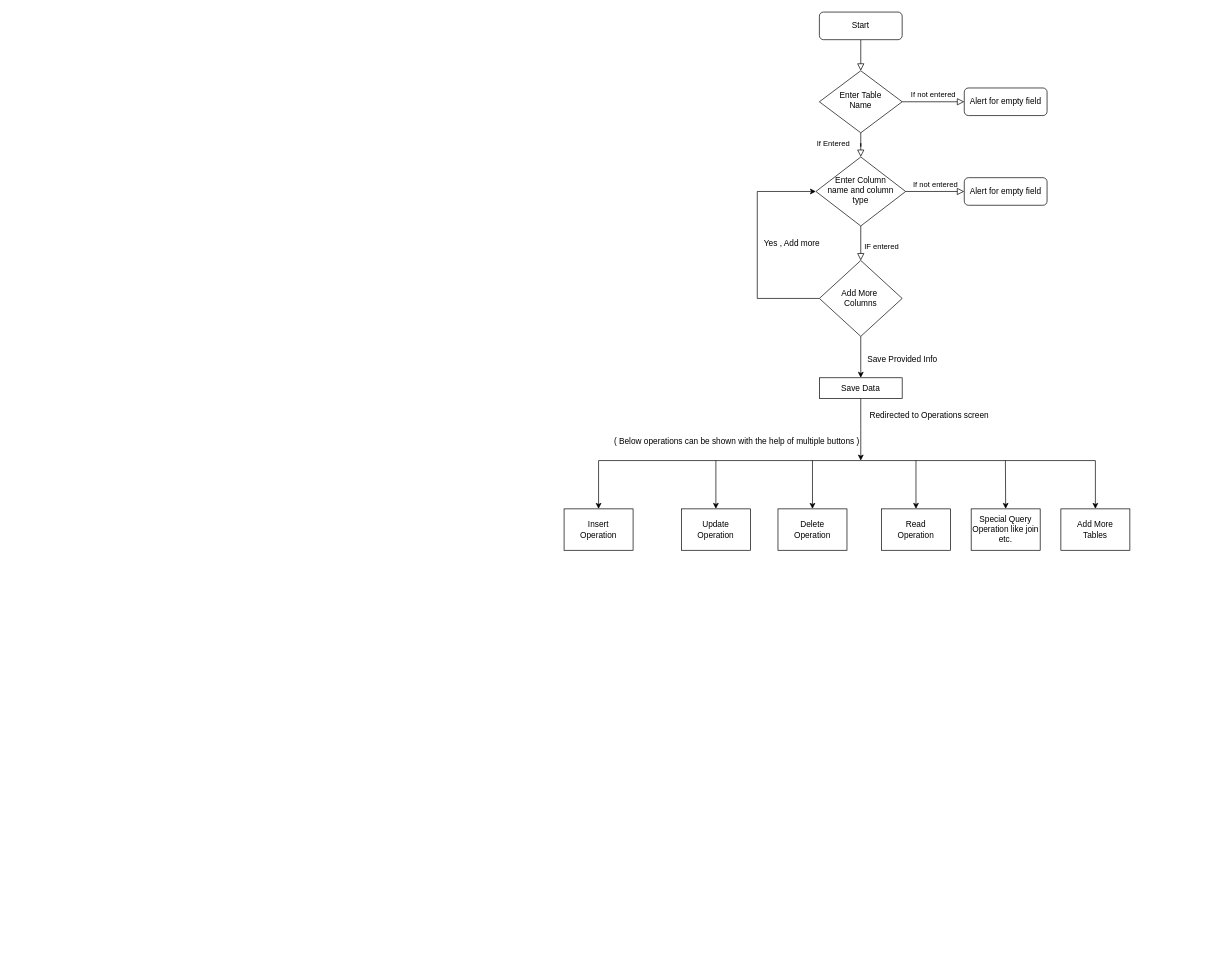
The draw.io diagram db_module_geomaster.drawio in MohitThakur001/FlowCharts, before the edit. Source tidied: cells renumbered, new cells numbered last; positions are measured from the earlier drawing's top-left corner, leaving out a move shared by most shapes. Both pictures are drawn from the tidied source at 69%, with x=0, y=0 at pixel (564, 12).
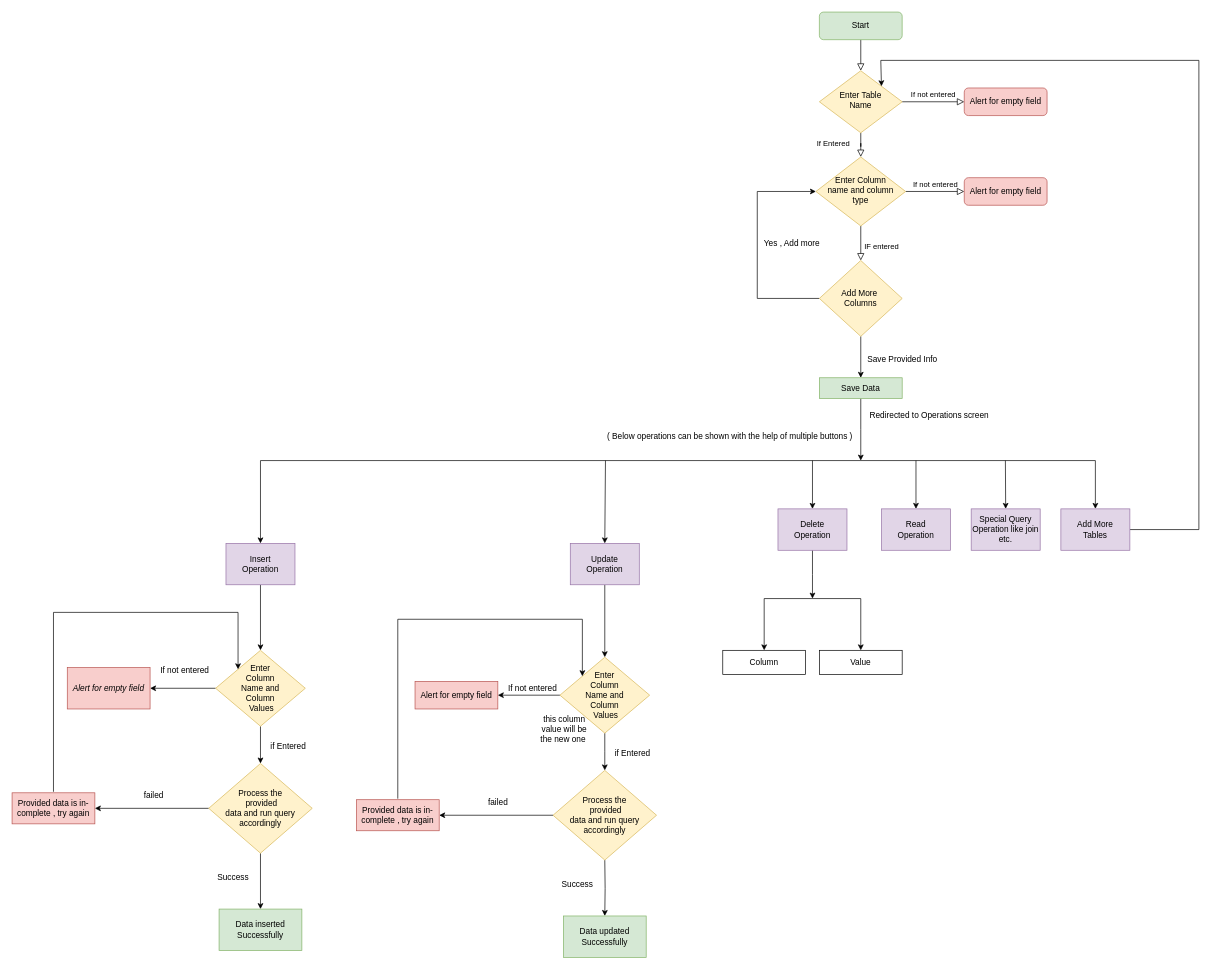
After the change.

Change to the diagram source:
```diff
@@
-    <mxCell id="3" value="Start" style="rounded=1;whiteSpace=wrap;html=1;fontSize=12;glass=0;strokeWidth=1;shadow=0;" parent="1" vertex="1">
+    <mxCell id="3" value="Start" style="rounded=1;whiteSpace=wrap;html=1;fontSize=12;glass=0;strokeWidth=1;shadow=0;fillColor=#d5e8d4;strokeColor=#82b366;" parent="1" vertex="1">
       <mxGeometry x="370" width="120" height="40" as="geometry" />
     </mxCell>
@@
-    <mxCell id="6" value="Enter Table&lt;br&gt;Name" style="rhombus;whiteSpace=wrap;html=1;shadow=0;fontFamily=Helvetica;fontSize=12;align=center;strokeWidth=1;spacing=6;spacingTop=-4;" parent="1" vertex="1">
+    <mxCell id="6" value="Enter Table&lt;br&gt;Name" style="rhombus;whiteSpace=wrap;html=1;shadow=0;fontFamily=Helvetica;fontSize=12;align=center;strokeWidth=1;spacing=6;spacingTop=-4;fillColor=#fff2cc;strokeColor=#d6b656;" parent="1" vertex="1">
       <mxGeometry x="370" y="85" width="120" height="90" as="geometry" />
     </mxCell>
-    <mxCell id="7" value="Alert for empty field" style="rounded=1;whiteSpace=wrap;html=1;fontSize=12;glass=0;strokeWidth=1;shadow=0;" parent="1" vertex="1">
+    <mxCell id="7" value="Alert for empty field" style="rounded=1;whiteSpace=wrap;html=1;fontSize=12;glass=0;strokeWidth=1;shadow=0;fillColor=#f8cecc;strokeColor=#b85450;" parent="1" vertex="1">
       <mxGeometry x="580" y="110" width="120" height="40" as="geometry" />
     </mxCell>
@@
-    <mxCell id="10" value="Enter Column &lt;br&gt;name and column type" style="rhombus;whiteSpace=wrap;html=1;shadow=0;fontFamily=Helvetica;fontSize=12;align=center;strokeWidth=1;spacing=6;spacingTop=-4;" parent="1" vertex="1">
+    <mxCell id="10" value="Enter Column &lt;br&gt;name and column type" style="rhombus;whiteSpace=wrap;html=1;shadow=0;fontFamily=Helvetica;fontSize=12;align=center;strokeWidth=1;spacing=6;spacingTop=-4;fillColor=#fff2cc;strokeColor=#d6b656;" parent="1" vertex="1">
       <mxGeometry x="365" y="210" width="130" height="100" as="geometry" />
     </mxCell>
-    <mxCell id="11" value="Alert for empty field" style="rounded=1;whiteSpace=wrap;html=1;fontSize=12;glass=0;strokeWidth=1;shadow=0;" parent="1" vertex="1">
+    <mxCell id="11" value="Alert for empty field" style="rounded=1;whiteSpace=wrap;html=1;fontSize=12;glass=0;strokeWidth=1;shadow=0;fillColor=#f8cecc;strokeColor=#b85450;" parent="1" vertex="1">
       <mxGeometry x="580" y="240" width="120" height="40" as="geometry" />
     </mxCell>
@@
-    <mxCell id="14" value="Add More&amp;nbsp;&lt;br&gt;Columns" style="rhombus;whiteSpace=wrap;html=1;" parent="1" vertex="1">
+    <mxCell id="14" value="Add More&amp;nbsp;&lt;br&gt;Columns" style="rhombus;whiteSpace=wrap;html=1;fillColor=#fff2cc;strokeColor=#d6b656;" parent="1" vertex="1">
       <mxGeometry x="370" y="360" width="120" height="110" as="geometry" />
     </mxCell>
@@
-    <mxCell id="17" value="Save Data" style="whiteSpace=wrap;html=1;" parent="1" vertex="1">
+    <mxCell id="17" value="Save Data" style="whiteSpace=wrap;html=1;fillColor=#d5e8d4;strokeColor=#82b366;" parent="1" vertex="1">
       <mxGeometry x="370" y="530" width="120" height="30" as="geometry" />
     </mxCell>
@@
     <mxCell id="20" style="endArrow=none;html=1;rounded=0;" parent="1" edge="1">
       <mxGeometry relative="1" as="geometry">
-        <mxPoint x="50" y="650" as="sourcePoint" />
+        <mxPoint x="-440" y="650" as="sourcePoint" />
         <mxPoint x="770" y="650" as="targetPoint" />
       </mxGeometry>
     </mxCell>
     <mxCell id="21" style="endArrow=classic;html=1;rounded=0;entryX=0.5;entryY=0;entryDx=0;entryDy=0;" parent="1" edge="1" target="25">
       <mxGeometry relative="1" as="geometry">
-        <mxPoint x="220" y="650" as="sourcePoint" />
+        <mxPoint x="60" y="650" as="sourcePoint" />
       </mxGeometry>
     </mxCell>
@@
+    <mxCell id="34" style="edgeStyle=orthogonalEdgeStyle;rounded=0;jettySize=auto;html=1;entryX=0.5;entryY=0;entryDx=0;entryDy=0;" parent="1" edge="1" source="25" target="54">
+      <mxGeometry relative="1" as="geometry" />
+    </mxCell>
-    <mxCell id="25" value="&lt;span style=&quot;font-style: normal;&quot;&gt;Update &lt;br&gt;Operation&lt;/span&gt;" style="rounded=0;whiteSpace=wrap;html=1;fontStyle=2;" parent="1" vertex="1">
-      <mxGeometry x="170" y="720" width="100" height="60" as="geometry" />
+    <mxCell id="25" value="&lt;span style=&quot;font-style: normal;&quot;&gt;Update &lt;br&gt;Operation&lt;/span&gt;" style="rounded=0;whiteSpace=wrap;html=1;fontStyle=2;fillColor=#e1d5e7;strokeColor=#9673a6;" parent="1" vertex="1">
+      <mxGeometry x="9" y="770" width="100" height="60" as="geometry" />
     </mxCell>
+    <mxCell id="35" style="edgeStyle=orthogonalEdgeStyle;rounded=0;jettySize=auto;html=1;" parent="1" edge="1" source="26">
+      <mxGeometry relative="1" as="geometry">
+        <mxPoint x="360" y="850" as="targetPoint" />
+      </mxGeometry>
+    </mxCell>
-    <mxCell id="26" value="&lt;span style=&quot;font-style: normal;&quot;&gt;Delete &lt;br&gt;Operation&lt;/span&gt;" style="rounded=0;whiteSpace=wrap;html=1;fontStyle=2;" parent="1" vertex="1">
+    <mxCell id="26" value="&lt;span style=&quot;font-style: normal;&quot;&gt;Delete &lt;br&gt;Operation&lt;/span&gt;" style="rounded=0;whiteSpace=wrap;html=1;fontStyle=2;fillColor=#e1d5e7;strokeColor=#9673a6;" parent="1" vertex="1">
       <mxGeometry x="310" y="720" width="100" height="60" as="geometry" />
     </mxCell>
-    <mxCell id="27" value="&lt;span style=&quot;font-style: normal;&quot;&gt;Read &lt;br&gt;Operation&lt;/span&gt;" style="rounded=0;whiteSpace=wrap;html=1;fontStyle=2;" parent="1" vertex="1">
+    <mxCell id="27" value="&lt;span style=&quot;font-style: normal;&quot;&gt;Read &lt;br&gt;Operation&lt;/span&gt;" style="rounded=0;whiteSpace=wrap;html=1;fontStyle=2;fillColor=#e1d5e7;strokeColor=#9673a6;" parent="1" vertex="1">
       <mxGeometry x="460" y="720" width="100" height="60" as="geometry" />
     </mxCell>
-    <mxCell id="28" value="&lt;span style=&quot;font-style: normal;&quot;&gt;Special Query Operation like join etc.&lt;/span&gt;" style="rounded=0;whiteSpace=wrap;html=1;fontStyle=2;" parent="1" vertex="1">
+    <mxCell id="28" value="&lt;span style=&quot;font-style: normal;&quot;&gt;Special Query Operation like join etc.&lt;/span&gt;" style="rounded=0;whiteSpace=wrap;html=1;fontStyle=2;fillColor=#e1d5e7;strokeColor=#9673a6;" parent="1" vertex="1">
       <mxGeometry x="590" y="720" width="100" height="60" as="geometry" />
     </mxCell>
@@
+    <mxCell id="36" style="edgeStyle=orthogonalEdgeStyle;rounded=0;jettySize=auto;html=1;entryX=1;entryY=0;entryDx=0;entryDy=0;" parent="1" edge="1" source="30" target="6">
+      <mxGeometry relative="1" as="geometry">
+        <Array as="points">
+          <mxPoint x="920" y="750" />
+          <mxPoint x="920" y="70" />
+          <mxPoint x="459" y="70" />
+        </Array>
+      </mxGeometry>
+    </mxCell>
-    <mxCell id="30" value="&lt;span style=&quot;font-style: normal;&quot;&gt;Add More &lt;br&gt;Tables&lt;/span&gt;" style="rounded=0;whiteSpace=wrap;html=1;fontStyle=2;" parent="1" vertex="1">
+    <mxCell id="30" value="&lt;span style=&quot;font-style: normal;&quot;&gt;Add More &lt;br&gt;Tables&lt;/span&gt;" style="rounded=0;whiteSpace=wrap;html=1;fontStyle=2;fillColor=#e1d5e7;strokeColor=#9673a6;" parent="1" vertex="1">
       <mxGeometry x="720" y="720" width="100" height="60" as="geometry" />
     </mxCell>
     <mxCell id="31" value="( Below operations can be shown with the help of multiple buttons )" style="text;html=1;align=center;verticalAlign=middle;strokeColor=none;fillColor=none;" parent="1" vertex="1">
-      <mxGeometry x="60" y="608" width="380" height="30" as="geometry" />
+      <mxGeometry x="50" y="600" width="380" height="30" as="geometry" />
     </mxCell>
     <mxCell id="32" style="endArrow=classic;html=1;rounded=0;entryX=0.5;entryY=0;entryDx=0;entryDy=0;" parent="1" edge="1" target="33">
       <mxGeometry relative="1" as="geometry">
-        <mxPoint x="50" y="650" as="sourcePoint" />
+        <mxPoint x="-440" y="650" as="sourcePoint" />
       </mxGeometry>
     </mxCell>
+    <mxCell id="37" style="edgeStyle=orthogonalEdgeStyle;rounded=0;jettySize=auto;html=1;" parent="1" edge="1" source="33" target="40">
+      <mxGeometry relative="1" as="geometry" />
+    </mxCell>
-    <mxCell id="33" value="&lt;span style=&quot;font-style: normal;&quot;&gt;Insert &lt;br&gt;Operation&lt;/span&gt;" style="rounded=0;whiteSpace=wrap;html=1;fontStyle=2;" parent="1" vertex="1">
-      <mxGeometry y="720" width="100" height="60" as="geometry" />
+    <mxCell id="33" value="&lt;span style=&quot;font-style: normal;&quot;&gt;Insert &lt;br&gt;Operation&lt;/span&gt;" style="rounded=0;whiteSpace=wrap;html=1;fontStyle=2;fillColor=#e1d5e7;strokeColor=#9673a6;" parent="1" vertex="1">
+      <mxGeometry x="-490" y="770" width="100" height="60" as="geometry" />
     </mxCell>
+    <mxCell id="38" style="edgeStyle=orthogonalEdgeStyle;rounded=0;jettySize=auto;html=1;" parent="1" edge="1" source="40" target="41">
+      <mxGeometry relative="1" as="geometry" />
+    </mxCell>
+    <mxCell id="39" style="edgeStyle=orthogonalEdgeStyle;rounded=0;jettySize=auto;html=1;entryX=0.5;entryY=0;entryDx=0;entryDy=0;" parent="1" edge="1" source="40" target="46">
+      <mxGeometry relative="1" as="geometry" />
+    </mxCell>
+    <mxCell id="40" value="&lt;span style=&quot;font-style: normal;&quot;&gt;Enter &lt;br&gt;Column &lt;br&gt;Name and &lt;br&gt;Column&lt;br&gt;&amp;nbsp;Values&lt;/span&gt;" style="rhombus;whiteSpace=wrap;html=1;rounded=0;fontStyle=2;fillColor=#fff2cc;strokeColor=#d6b656;" parent="1" vertex="1">
+      <mxGeometry x="-505" y="925" width="130" height="110" as="geometry" />
+    </mxCell>
+    <mxCell id="41" value="Alert for empty field" style="whiteSpace=wrap;html=1;rounded=0;fontStyle=2;fillColor=#f8cecc;strokeColor=#b85450;" parent="1" vertex="1">
+      <mxGeometry x="-720" y="950" width="120" height="60" as="geometry" />
+    </mxCell>
+    <mxCell id="42" value="If not entered" style="text;html=1;align=center;verticalAlign=middle;strokeColor=none;fillColor=none;" parent="1" vertex="1">
+      <mxGeometry x="-595" y="940" width="90" height="30" as="geometry" />
+    </mxCell>
+    <mxCell id="43" value="if Entered" style="text;html=1;align=center;verticalAlign=middle;strokeColor=none;fillColor=none;" parent="1" vertex="1">
+      <mxGeometry x="-435" y="1050" width="70" height="30" as="geometry" />
+    </mxCell>
+    <mxCell id="44" style="edgeStyle=orthogonalEdgeStyle;rounded=0;jettySize=auto;html=1;" parent="1" edge="1" source="46" target="47">
+      <mxGeometry relative="1" as="geometry" />
+    </mxCell>
+    <mxCell id="45" style="edgeStyle=orthogonalEdgeStyle;rounded=0;jettySize=auto;html=1;" parent="1" edge="1" source="46" target="50">
+      <mxGeometry relative="1" as="geometry" />
+    </mxCell>
+    <mxCell id="46" value="Process the&lt;br&gt;&amp;nbsp;provided &lt;br&gt;data and run query accordingly" style="rhombus;whiteSpace=wrap;html=1;fillColor=#fff2cc;strokeColor=#d6b656;" parent="1" vertex="1">
+      <mxGeometry x="-515" y="1089" width="150" height="130" as="geometry" />
+    </mxCell>
+    <mxCell id="47" value="Data inserted Successfully" style="whiteSpace=wrap;html=1;fillColor=#d5e8d4;strokeColor=#82b366;" parent="1" vertex="1">
+      <mxGeometry x="-500" y="1300" width="120" height="60" as="geometry" />
+    </mxCell>
+    <mxCell id="48" value="Success" style="text;html=1;align=center;verticalAlign=middle;strokeColor=none;fillColor=none;" parent="1" vertex="1">
+      <mxGeometry x="-515" y="1240" width="70" height="30" as="geometry" />
+    </mxCell>
+    <mxCell id="49" style="edgeStyle=orthogonalEdgeStyle;rounded=0;jettySize=auto;html=1;entryX=0;entryY=0;entryDx=0;entryDy=0;" parent="1" edge="1" target="40">
+      <mxGeometry relative="1" as="geometry">
+        <mxPoint x="-740" y="1130" as="sourcePoint" />
+        <Array as="points">
+          <mxPoint x="-740" y="870" />
+          <mxPoint x="-472" y="870" />
+        </Array>
+      </mxGeometry>
+    </mxCell>
+    <mxCell id="50" value="Provided data is in-complete , try again" style="whiteSpace=wrap;html=1;fillColor=#f8cecc;strokeColor=#b85450;" parent="1" vertex="1">
+      <mxGeometry x="-800" y="1131.5" width="120" height="45" as="geometry" />
+    </mxCell>
+    <mxCell id="51" value="failed" style="text;html=1;align=center;verticalAlign=middle;strokeColor=none;fillColor=none;" parent="1" vertex="1">
+      <mxGeometry x="-620" y="1120" width="50" height="30" as="geometry" />
+    </mxCell>
+    <mxCell id="52" style="edgeStyle=orthogonalEdgeStyle;rounded=0;jettySize=auto;html=1;" parent="1" edge="1" source="54" target="55">
+      <mxGeometry relative="1" as="geometry" />
+    </mxCell>
+    <mxCell id="53" style="edgeStyle=orthogonalEdgeStyle;rounded=0;jettySize=auto;html=1;entryX=0.5;entryY=0;entryDx=0;entryDy=0;" parent="1" edge="1" source="54">
+      <mxGeometry relative="1" as="geometry">
+        <mxPoint x="59" y="1099" as="targetPoint" />
+      </mxGeometry>
+    </mxCell>
+    <mxCell id="54" value="&lt;span style=&quot;font-style: normal;&quot;&gt;Enter &lt;br&gt;Column &lt;br&gt;Name and &lt;br&gt;Column&lt;br&gt;&amp;nbsp;Values&lt;/span&gt;" style="rhombus;whiteSpace=wrap;html=1;rounded=0;fontStyle=2;fillColor=#fff2cc;strokeColor=#d6b656;" parent="1" vertex="1">
+      <mxGeometry x="-6" y="935" width="130" height="110" as="geometry" />
+    </mxCell>
+    <mxCell id="55" value="&lt;span style=&quot;font-style: normal;&quot;&gt;Alert for empty field&lt;/span&gt;" style="whiteSpace=wrap;html=1;rounded=0;fontStyle=2;fillColor=#f8cecc;strokeColor=#b85450;" parent="1" vertex="1">
+      <mxGeometry x="-216" y="970" width="120" height="40" as="geometry" />
+    </mxCell>
+    <mxCell id="56" value="If not entered" style="text;html=1;align=center;verticalAlign=middle;strokeColor=none;fillColor=none;" parent="1" vertex="1">
+      <mxGeometry x="-91" y="965" width="90" height="30" as="geometry" />
+    </mxCell>
+    <mxCell id="57" value="if Entered" style="text;html=1;align=center;verticalAlign=middle;strokeColor=none;fillColor=none;" parent="1" vertex="1">
+      <mxGeometry x="64" y="1060" width="70" height="30" as="geometry" />
+    </mxCell>
+    <mxCell id="58" style="edgeStyle=orthogonalEdgeStyle;rounded=0;jettySize=auto;html=1;" parent="1" edge="1" target="61">
+      <mxGeometry relative="1" as="geometry">
+        <mxPoint x="59" y="1229" as="sourcePoint" />
+      </mxGeometry>
+    </mxCell>
+    <mxCell id="59" style="edgeStyle=orthogonalEdgeStyle;rounded=0;orthogonalLoop=1;jettySize=auto;html=1;" parent="1" edge="1">
+      <mxGeometry relative="1" as="geometry">
+        <mxPoint x="-16" y="1164" as="sourcePoint" />
+        <mxPoint x="-181" y="1164" as="targetPoint" />
+      </mxGeometry>
+    </mxCell>
+    <mxCell id="60" value="Process the&lt;br&gt;&amp;nbsp;provided &lt;br&gt;data and run query accordingly" style="rhombus;whiteSpace=wrap;html=1;fillColor=#fff2cc;strokeColor=#d6b656;" parent="1" vertex="1">
+      <mxGeometry x="-16" y="1099" width="150" height="130" as="geometry" />
+    </mxCell>
+    <mxCell id="61" value="Data updated Successfully" style="whiteSpace=wrap;html=1;fillColor=#d5e8d4;strokeColor=#82b366;" parent="1" vertex="1">
+      <mxGeometry x="-1" y="1310" width="120" height="60" as="geometry" />
+    </mxCell>
+    <mxCell id="62" value="Success" style="text;html=1;align=center;verticalAlign=middle;strokeColor=none;fillColor=none;" parent="1" vertex="1">
+      <mxGeometry x="-16" y="1250" width="70" height="30" as="geometry" />
+    </mxCell>
+    <mxCell id="63" style="edgeStyle=orthogonalEdgeStyle;rounded=0;jettySize=auto;html=1;entryX=0;entryY=0;entryDx=0;entryDy=0;" parent="1" edge="1" target="54">
+      <mxGeometry relative="1" as="geometry">
+        <mxPoint x="-241" y="1140" as="sourcePoint" />
+        <Array as="points">
+          <mxPoint x="-241" y="880" />
+          <mxPoint x="27" y="880" />
+        </Array>
+      </mxGeometry>
+    </mxCell>
+    <mxCell id="64" value="Provided data is in-complete , try again" style="whiteSpace=wrap;html=1;fillColor=#f8cecc;strokeColor=#b85450;" parent="1" vertex="1">
+      <mxGeometry x="-301" y="1141.5" width="120" height="45" as="geometry" />
+    </mxCell>
+    <mxCell id="65" value="failed" style="text;html=1;align=center;verticalAlign=middle;strokeColor=none;fillColor=none;" parent="1" vertex="1">
+      <mxGeometry x="-121" y="1130" width="50" height="30" as="geometry" />
+    </mxCell>
+    <mxCell id="66" value="this column &lt;br&gt;value will be&lt;br&gt;&amp;nbsp;the new one&amp;nbsp;&amp;nbsp;" style="text;html=1;align=center;verticalAlign=middle;strokeColor=none;fillColor=none;" parent="1" vertex="1">
+      <mxGeometry x="-50" y="1010" width="100" height="60" as="geometry" />
+    </mxCell>
+    <mxCell id="67" style="endArrow=none;html=1;rounded=0;" parent="1" edge="1">
+      <mxGeometry relative="1" as="geometry">
+        <mxPoint x="290" y="850" as="sourcePoint" />
+        <mxPoint x="430" y="850" as="targetPoint" />
+      </mxGeometry>
+    </mxCell>
+    <mxCell id="68" style="endArrow=classic;html=1;rounded=0;entryX=0.5;entryY=0;entryDx=0;entryDy=0;" parent="1" edge="1" target="70">
+      <mxGeometry relative="1" as="geometry">
+        <mxPoint x="290" y="850" as="sourcePoint" />
+      </mxGeometry>
+    </mxCell>
+    <mxCell id="69" style="endArrow=classic;html=1;rounded=0;entryX=0.5;entryY=0;entryDx=0;entryDy=0;" parent="1" edge="1" target="71">
+      <mxGeometry relative="1" as="geometry">
+        <mxPoint x="430" y="850" as="sourcePoint" />
+      </mxGeometry>
+    </mxCell>
+    <mxCell id="70" value="Column" style="rounded=0;whiteSpace=wrap;html=1;" parent="1" vertex="1">
+      <mxGeometry x="230" y="925" width="120" height="35" as="geometry" />
+    </mxCell>
+    <mxCell id="71" value="Value" style="rounded=0;whiteSpace=wrap;html=1;" parent="1" vertex="1">
+      <mxGeometry x="370" y="925" width="120" height="35" as="geometry" />
+    </mxCell>
+    <mxCell id="72" style="edgeStyle=orthogonalEdgeStyle;rounded=0;orthogonalLoop=1;jettySize=auto;html=1;exitX=0.5;exitY=1;exitDx=0;exitDy=0;" parent="1" edge="1" source="70" target="70">
+      <mxGeometry relative="1" as="geometry" />
+    </mxCell>
+    <mxCell id="73" style="edgeStyle=orthogonalEdgeStyle;rounded=0;orthogonalLoop=1;jettySize=auto;html=1;exitX=0.5;exitY=1;exitDx=0;exitDy=0;" parent="1" edge="1" source="70" target="70">
+      <mxGeometry relative="1" as="geometry" />
+    </mxCell>
```
